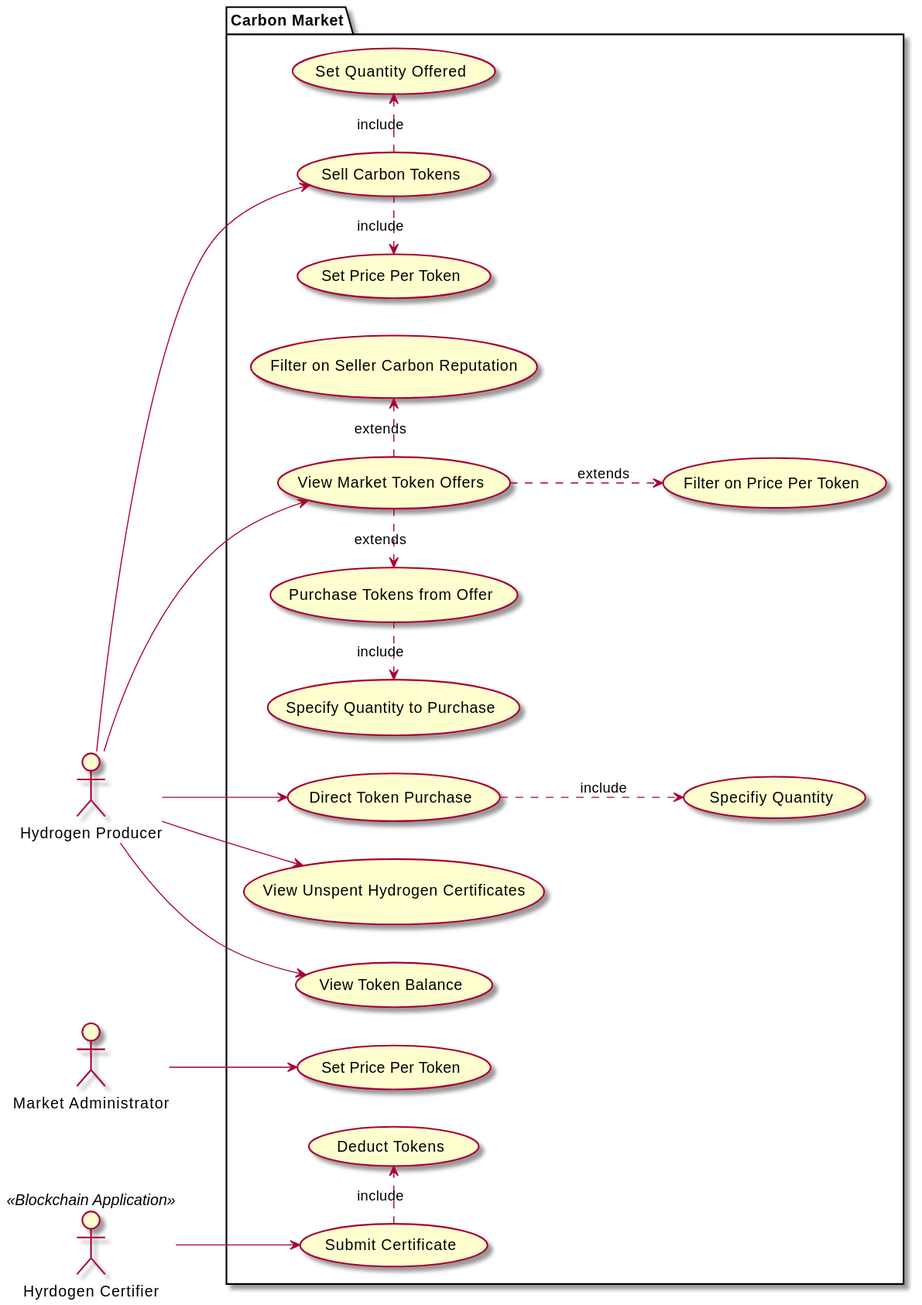
This is diagrams/out/usecase/CarbonMarket.svg from oscargolding/Carboncoin-ESG, a PlantUML export, as it was before one commit.
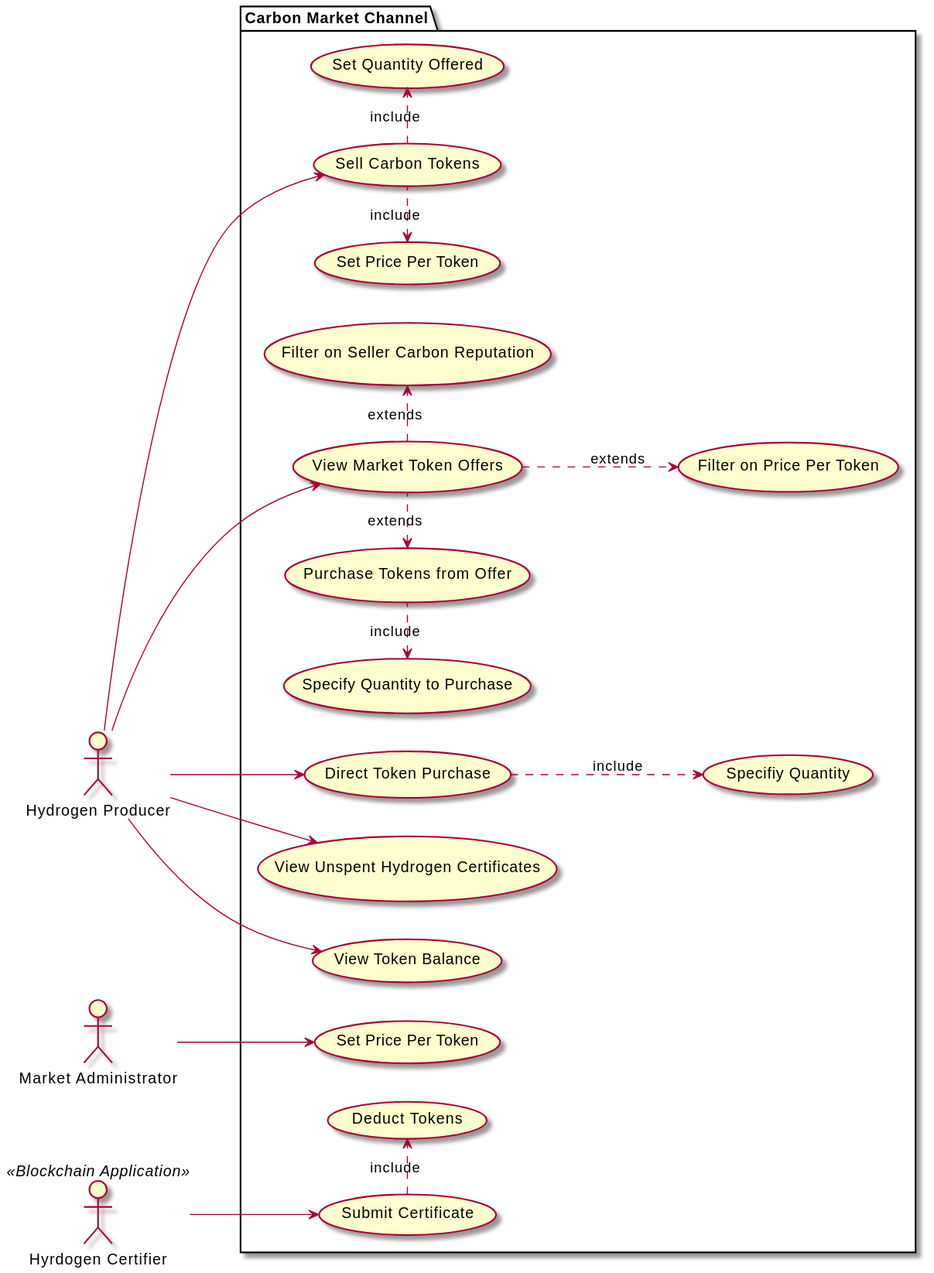
The same file after the commit.

The edit, as a diff of the source:
```diff
@@ -3,7 +3,7 @@
 actor "Hydrogen Producer" as hp
 actor "Market Administrator" as ma
 :Hyrdogen Certifier: as BlockCert << Blockchain Application >>
-package "Carbon Market" {
+package "Carbon Market Channel" {
   usecase "Direct Token Purchase" as UC1
   usecase "Set Price Per Token" as UC2
   usecase "Sell Carbon Tokens" as UC3
```
